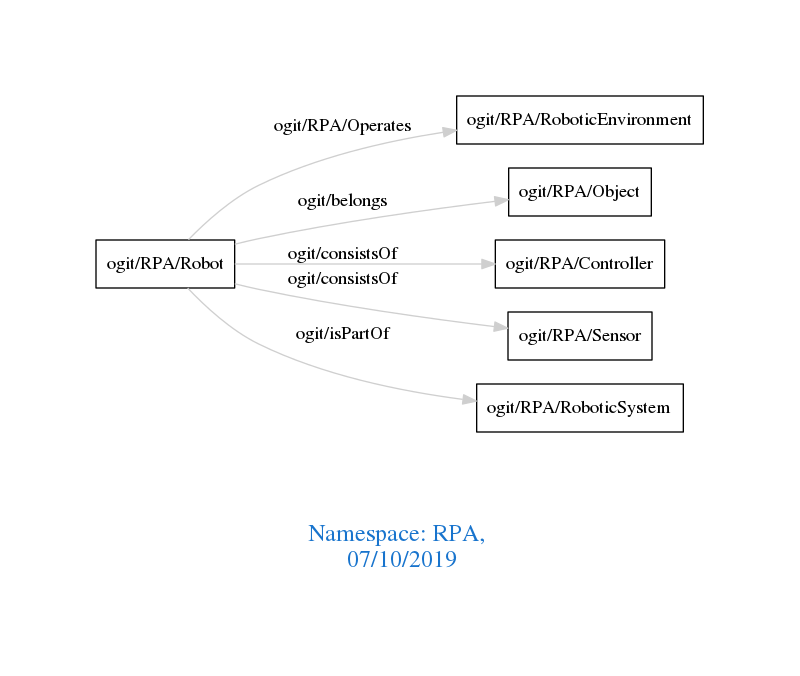
Before: downloads/RPA.png, a diagram exported from Graphviz (arago/OGIT). Its source is kept beside it as downloads/RPA.dot.
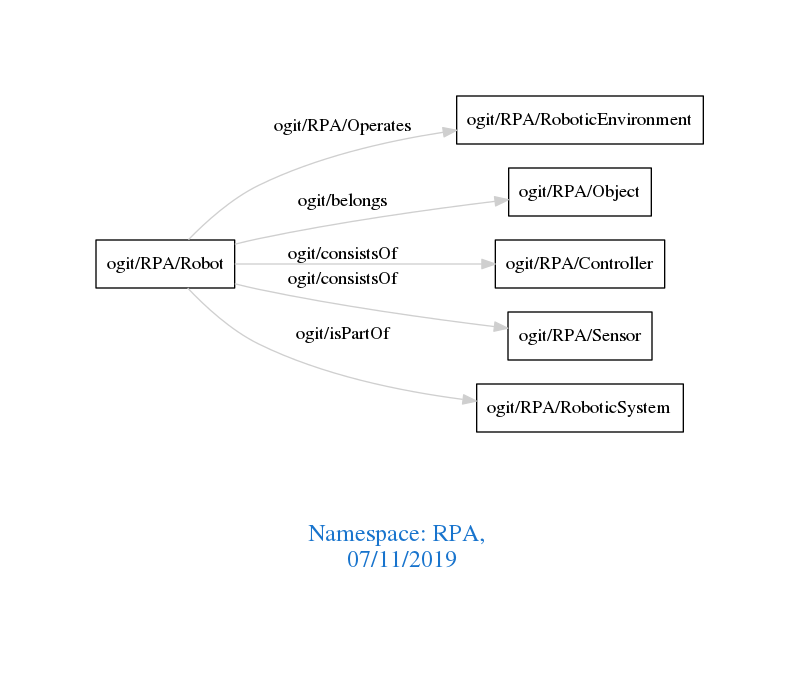
Later version of the same file.

The edit, as a diff of the source:
```diff
@@ -1,7 +1,7 @@
 digraph OGIT_ontology {
  graph [ rankdir= LR,pad=1
 fontsize = 18,
-fontcolor= dodgerblue3,label = "\n\n\nNamespace: RPA, \n 07/10/2019"];
+fontcolor= dodgerblue3,label = "\n\n\nNamespace: RPA, \n 07/11/2019"];
 node[shape=polygon];
 edge [  color="gray81"];
 
```
